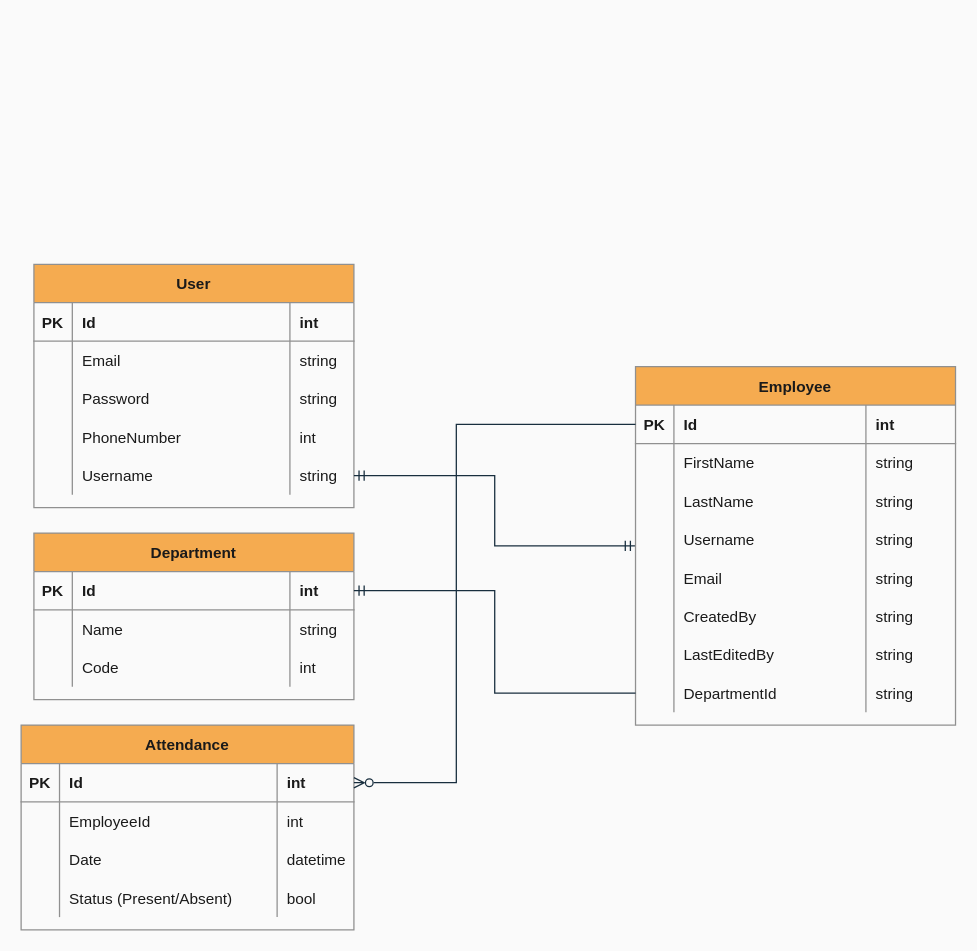
Above: HRIS.drawio.xml in genebit/draw.io-diagrams (draw.io), before the change. Source tidied: cells renumbered, new cells numbered last; positions are measured from the earlier drawing's top-left corner, leaving out a move shared by most shapes. Both pictures are drawn from the tidied source at 128%, with x=0, y=0 at pixel (20, 264).
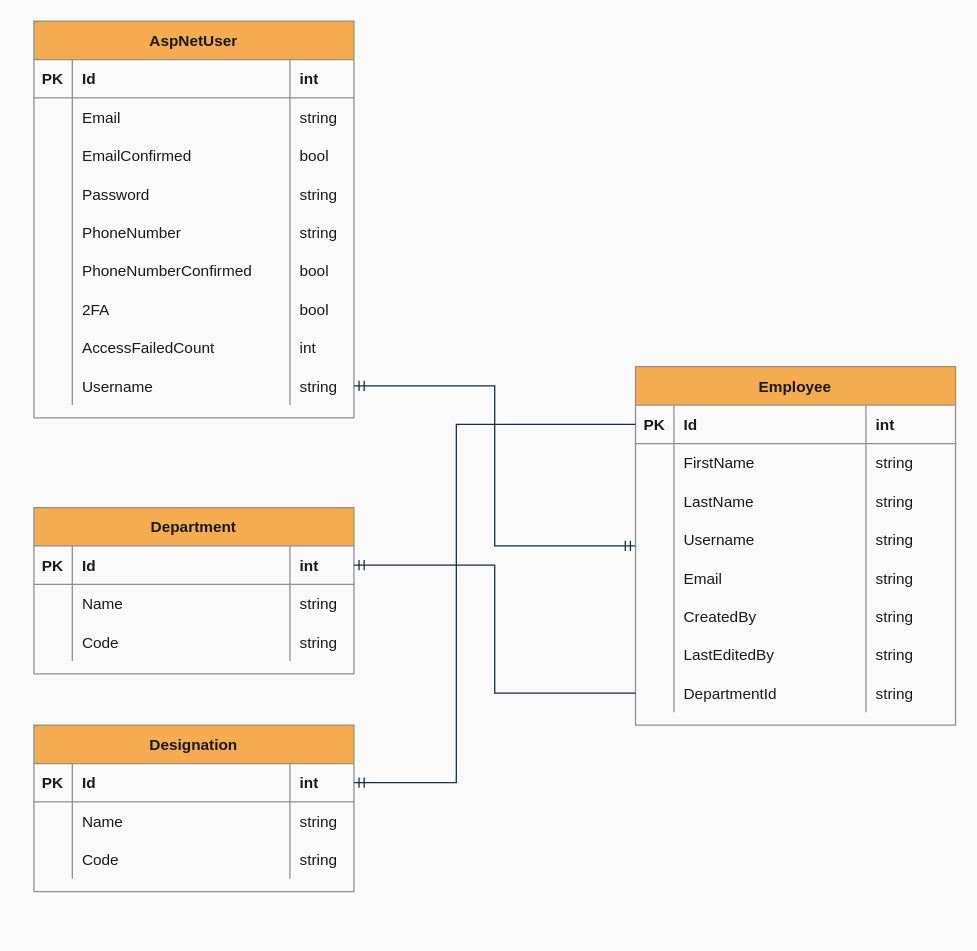
Above is the later version.

The change refers to these unchanged cells:
```xml
<mxCell id="26" style="shape=tableRow;horizontal=0;startSize=0;swimlaneHead=0;swimlaneBody=0;fillColor=none;points=[[0,0.5],[1,0.5]];portConstraint=eastwest;top=0;left=0;right=0;bottom=1;strokeColor=#909090;fontColor=#1A1A1A;rounded=0;" parent="25" vertex="1">
  <mxGeometry y="30" width="250" height="30" as="geometry" />
</mxCell>
<mxCell id="67" style="shape=tableRow;horizontal=0;startSize=0;swimlaneHead=0;swimlaneBody=0;fillColor=none;top=0;left=0;right=0;bottom=0;strokeColor=#909090;fontColor=#1A1A1A;rounded=0;" parent="58" vertex="1">
  <mxGeometry y="90" width="250" height="30" as="geometry" />
</mxCell>
```

Diff of the diagram source:
```diff
@@
-    <mxCell id="2" value="User" style="shape=table;startSize=30;childLayout=tableLayout;rowLines=0;fontStyle=1;align=center;fillColor=#F5AB50;strokeColor=#909090;fontColor=#1A1A1A;rounded=0;" parent="1" vertex="1">
-      <mxGeometry x="10" width="250" height="190" as="geometry" />
+    <mxCell id="2" value="AspNetUser" style="shape=table;startSize=30;childLayout=tableLayout;rowLines=0;fontStyle=1;align=center;fillColor=#F5AB50;strokeColor=#909090;fontColor=#1A1A1A;rounded=0;" parent="1" vertex="1">
+      <mxGeometry x="10" y="-190" width="250" height="310" as="geometry" />
     </mxCell>
@@
+    <mxCell id="90" style="shape=tableRow;horizontal=0;startSize=0;swimlaneHead=0;swimlaneBody=0;fillColor=none;top=0;left=0;right=0;bottom=0;strokeColor=#909090;fontColor=#1A1A1A;rounded=0;" parent="2" vertex="1">
+      <mxGeometry y="90" width="250" height="30" as="geometry" />
+    </mxCell>
+    <mxCell id="91" style="shape=partialRectangle;overflow=hidden;fillColor=none;top=0;left=0;bottom=0;right=0;strokeColor=#909090;fontColor=#1A1A1A;rounded=0;" parent="90" vertex="1">
+      <mxGeometry width="30" height="30" as="geometry" />
+    </mxCell>
+    <mxCell id="92" value="EmailConfirmed" style="shape=partialRectangle;overflow=hidden;fillColor=none;align=left;top=0;left=0;bottom=0;right=0;spacingLeft=6;strokeColor=#909090;fontColor=#1A1A1A;rounded=0;" parent="90" vertex="1">
+      <mxGeometry x="30" width="170" height="30" as="geometry" />
+    </mxCell>
+    <mxCell id="93" value="bool" style="shape=partialRectangle;overflow=hidden;fillColor=none;align=left;top=0;left=0;bottom=0;right=0;spacingLeft=6;strokeColor=#909090;fontColor=#1A1A1A;rounded=0;" parent="90" vertex="1">
+      <mxGeometry x="200" width="50" height="30" as="geometry" />
+    </mxCell>
     <mxCell id="11" style="shape=tableRow;horizontal=0;startSize=0;swimlaneHead=0;swimlaneBody=0;fillColor=none;points=[[0,0.5],[1,0.5]];portConstraint=eastwest;top=0;left=0;right=0;bottom=0;strokeColor=#909090;fontColor=#1A1A1A;rounded=0;" parent="2" vertex="1">
-      <mxGeometry y="90" width="250" height="30" as="geometry" />
+      <mxGeometry y="120" width="250" height="30" as="geometry" />
     </mxCell>
@@
     <mxCell id="15" style="shape=tableRow;horizontal=0;startSize=0;swimlaneHead=0;swimlaneBody=0;fillColor=none;top=0;left=0;right=0;bottom=0;strokeColor=#909090;fontColor=#1A1A1A;rounded=0;" parent="2" vertex="1">
-      <mxGeometry y="120" width="250" height="30" as="geometry" />
+      <mxGeometry y="150" width="250" height="30" as="geometry" />
     </mxCell>
@@
-    <mxCell id="18" value="int" style="shape=partialRectangle;overflow=hidden;fillColor=none;align=left;top=0;left=0;bottom=0;right=0;spacingLeft=6;strokeColor=#909090;fontColor=#1A1A1A;rounded=0;" parent="15" vertex="1">
+    <mxCell id="18" value="string" style="shape=partialRectangle;overflow=hidden;fillColor=none;align=left;top=0;left=0;bottom=0;right=0;spacingLeft=6;strokeColor=#909090;fontColor=#1A1A1A;rounded=0;" parent="15" vertex="1">
       <mxGeometry x="200" width="50" height="30" as="geometry" />
     </mxCell>
+    <mxCell id="94" style="shape=tableRow;horizontal=0;startSize=0;swimlaneHead=0;swimlaneBody=0;fillColor=none;top=0;left=0;right=0;bottom=0;strokeColor=#909090;fontColor=#1A1A1A;rounded=0;" parent="2" vertex="1">
+      <mxGeometry y="180" width="250" height="30" as="geometry" />
+    </mxCell>
+    <mxCell id="95" style="shape=partialRectangle;overflow=hidden;fillColor=none;top=0;left=0;bottom=0;right=0;strokeColor=#909090;fontColor=#1A1A1A;rounded=0;" parent="94" vertex="1">
+      <mxGeometry width="30" height="30" as="geometry" />
+    </mxCell>
+    <mxCell id="96" value="PhoneNumberConfirmed" style="shape=partialRectangle;overflow=hidden;fillColor=none;align=left;top=0;left=0;bottom=0;right=0;spacingLeft=6;strokeColor=#909090;fontColor=#1A1A1A;rounded=0;" parent="94" vertex="1">
+      <mxGeometry x="30" width="170" height="30" as="geometry" />
+    </mxCell>
+    <mxCell id="97" value="bool" style="shape=partialRectangle;overflow=hidden;fillColor=none;align=left;top=0;left=0;bottom=0;right=0;spacingLeft=6;strokeColor=#909090;fontColor=#1A1A1A;rounded=0;" parent="94" vertex="1">
+      <mxGeometry x="200" width="50" height="30" as="geometry" />
+    </mxCell>
+    <mxCell id="98" style="shape=tableRow;horizontal=0;startSize=0;swimlaneHead=0;swimlaneBody=0;fillColor=none;top=0;left=0;right=0;bottom=0;strokeColor=#909090;fontColor=#1A1A1A;rounded=0;" parent="2" vertex="1">
+      <mxGeometry y="210" width="250" height="30" as="geometry" />
+    </mxCell>
+    <mxCell id="99" style="shape=partialRectangle;overflow=hidden;fillColor=none;top=0;left=0;bottom=0;right=0;strokeColor=#909090;fontColor=#1A1A1A;rounded=0;" parent="98" vertex="1">
+      <mxGeometry width="30" height="30" as="geometry" />
+    </mxCell>
+    <mxCell id="100" value="2FA" style="shape=partialRectangle;overflow=hidden;fillColor=none;align=left;top=0;left=0;bottom=0;right=0;spacingLeft=6;strokeColor=#909090;fontColor=#1A1A1A;rounded=0;" parent="98" vertex="1">
+      <mxGeometry x="30" width="170" height="30" as="geometry" />
+    </mxCell>
+    <mxCell id="101" value="bool" style="shape=partialRectangle;overflow=hidden;fillColor=none;align=left;top=0;left=0;bottom=0;right=0;spacingLeft=6;strokeColor=#909090;fontColor=#1A1A1A;rounded=0;" parent="98" vertex="1">
+      <mxGeometry x="200" width="50" height="30" as="geometry" />
+    </mxCell>
+    <mxCell id="102" style="shape=tableRow;horizontal=0;startSize=0;swimlaneHead=0;swimlaneBody=0;fillColor=none;top=0;left=0;right=0;bottom=0;strokeColor=#909090;fontColor=#1A1A1A;rounded=0;" parent="2" vertex="1">
+      <mxGeometry y="240" width="250" height="30" as="geometry" />
+    </mxCell>
+    <mxCell id="103" style="shape=partialRectangle;overflow=hidden;fillColor=none;top=0;left=0;bottom=0;right=0;strokeColor=#909090;fontColor=#1A1A1A;rounded=0;" parent="102" vertex="1">
+      <mxGeometry width="30" height="30" as="geometry" />
+    </mxCell>
+    <mxCell id="104" value="AccessFailedCount" style="shape=partialRectangle;overflow=hidden;fillColor=none;align=left;top=0;left=0;bottom=0;right=0;spacingLeft=6;strokeColor=#909090;fontColor=#1A1A1A;rounded=0;" parent="102" vertex="1">
+      <mxGeometry x="30" width="170" height="30" as="geometry" />
+    </mxCell>
+    <mxCell id="105" value="int" style="shape=partialRectangle;overflow=hidden;fillColor=none;align=left;top=0;left=0;bottom=0;right=0;spacingLeft=6;strokeColor=#909090;fontColor=#1A1A1A;rounded=0;" parent="102" vertex="1">
+      <mxGeometry x="200" width="50" height="30" as="geometry" />
+    </mxCell>
     <mxCell id="19" style="shape=tableRow;horizontal=0;startSize=0;swimlaneHead=0;swimlaneBody=0;fillColor=none;points=[[0,0.5],[1,0.5]];portConstraint=eastwest;top=0;left=0;right=0;bottom=0;strokeColor=#909090;fontColor=#1A1A1A;rounded=0;" parent="2" vertex="1">
-      <mxGeometry y="150" width="250" height="30" as="geometry" />
+      <mxGeometry y="270" width="250" height="30" as="geometry" />
     </mxCell>
@@
     <mxCell id="58" value="Department" style="shape=table;startSize=30;childLayout=tableLayout;rowLines=0;fontStyle=1;align=center;fillColor=#F5AB50;strokeColor=#909090;fontColor=#1A1A1A;rounded=0;" parent="1" vertex="1">
-      <mxGeometry x="10" y="210" width="250" height="130" as="geometry" />
+      <mxGeometry x="10" y="190" width="250" height="130" as="geometry" />
     </mxCell>
@@
-    <mxCell id="70" value="int" style="shape=partialRectangle;overflow=hidden;fillColor=none;align=left;top=0;left=0;bottom=0;right=0;spacingLeft=6;strokeColor=#909090;fontColor=#1A1A1A;rounded=0;" parent="67" vertex="1">
+    <mxCell id="70" value="string" style="shape=partialRectangle;overflow=hidden;fillColor=none;align=left;top=0;left=0;bottom=0;right=0;spacingLeft=6;strokeColor=#909090;fontColor=#1A1A1A;rounded=0;" parent="67" vertex="1">
       <mxGeometry x="200" width="50" height="30" as="geometry" />
     </mxCell>
-    <mxCell id="71" value="Attendance" style="shape=table;startSize=30;childLayout=tableLayout;rowLines=0;fontStyle=1;align=center;fillColor=#F5AB50;strokeColor=#909090;fontColor=#1A1A1A;rounded=0;" parent="1" vertex="1">
-      <mxGeometry y="360" width="260" height="160" as="geometry" />
+    <mxCell id="71" value="Designation" style="shape=table;startSize=30;childLayout=tableLayout;rowLines=0;fontStyle=1;align=center;fillColor=#F5AB50;strokeColor=#909090;fontColor=#1A1A1A;rounded=0;" parent="1" vertex="1">
+      <mxGeometry x="10" y="360" width="250" height="130" as="geometry" />
     </mxCell>
     <mxCell id="72" style="shape=tableRow;horizontal=0;startSize=0;swimlaneHead=0;swimlaneBody=0;fillColor=none;points=[[0,0.5],[1,0.5]];portConstraint=eastwest;top=0;left=0;right=0;bottom=1;strokeColor=#909090;fontColor=#1A1A1A;rounded=0;" parent="71" vertex="1">
-      <mxGeometry y="30" width="260" height="30" as="geometry" />
+      <mxGeometry y="30" width="250" height="30" as="geometry" />
     </mxCell>
@@
     <mxCell id="75" value="int" style="shape=partialRectangle;overflow=hidden;fillColor=none;align=left;top=0;left=0;bottom=0;right=0;spacingLeft=6;fontStyle=1;strokeColor=#909090;fontColor=#1A1A1A;rounded=0;" parent="72" vertex="1">
-      <mxGeometry x="200" width="60" height="30" as="geometry" />
+      <mxGeometry x="200" width="50" height="30" as="geometry" />
     </mxCell>
     <mxCell id="76" style="shape=tableRow;horizontal=0;startSize=0;swimlaneHead=0;swimlaneBody=0;fillColor=none;top=0;left=0;right=0;bottom=0;strokeColor=#909090;fontColor=#1A1A1A;rounded=0;" parent="71" vertex="1">
-      <mxGeometry y="60" width="260" height="30" as="geometry" />
+      <mxGeometry y="60" width="250" height="30" as="geometry" />
     </mxCell>
@@
-    <mxCell id="78" value="EmployeeId" style="shape=partialRectangle;overflow=hidden;fillColor=none;align=left;top=0;left=0;bottom=0;right=0;spacingLeft=6;strokeColor=#909090;fontColor=#1A1A1A;rounded=0;" parent="76" vertex="1">
+    <mxCell id="78" value="Name" style="shape=partialRectangle;overflow=hidden;fillColor=none;align=left;top=0;left=0;bottom=0;right=0;spacingLeft=6;strokeColor=#909090;fontColor=#1A1A1A;rounded=0;" parent="76" vertex="1">
       <mxGeometry x="30" width="170" height="30" as="geometry" />
     </mxCell>
-    <mxCell id="79" value="int" style="shape=partialRectangle;overflow=hidden;fillColor=none;align=left;top=0;left=0;bottom=0;right=0;spacingLeft=6;strokeColor=#909090;fontColor=#1A1A1A;rounded=0;" parent="76" vertex="1">
-      <mxGeometry x="200" width="60" height="30" as="geometry" />
+    <mxCell id="79" value="string" style="shape=partialRectangle;overflow=hidden;fillColor=none;align=left;top=0;left=0;bottom=0;right=0;spacingLeft=6;strokeColor=#909090;fontColor=#1A1A1A;rounded=0;" parent="76" vertex="1">
+      <mxGeometry x="200" width="50" height="30" as="geometry" />
     </mxCell>
     <mxCell id="80" style="shape=tableRow;horizontal=0;startSize=0;swimlaneHead=0;swimlaneBody=0;fillColor=none;top=0;left=0;right=0;bottom=0;strokeColor=#909090;fontColor=#1A1A1A;rounded=0;" parent="71" vertex="1">
-      <mxGeometry y="90" width="260" height="30" as="geometry" />
+      <mxGeometry y="90" width="250" height="30" as="geometry" />
     </mxCell>
@@
-    <mxCell id="82" value="Date" style="shape=partialRectangle;overflow=hidden;fillColor=none;align=left;top=0;left=0;bottom=0;right=0;spacingLeft=6;strokeColor=#909090;fontColor=#1A1A1A;rounded=0;" parent="80" vertex="1">
+    <mxCell id="82" value="Code" style="shape=partialRectangle;overflow=hidden;fillColor=none;align=left;top=0;left=0;bottom=0;right=0;spacingLeft=6;strokeColor=#909090;fontColor=#1A1A1A;rounded=0;" parent="80" vertex="1">
       <mxGeometry x="30" width="170" height="30" as="geometry" />
     </mxCell>
-    <mxCell id="83" value="datetime" style="shape=partialRectangle;overflow=hidden;fillColor=none;align=left;top=0;left=0;bottom=0;right=0;spacingLeft=6;strokeColor=#909090;fontColor=#1A1A1A;rounded=0;" parent="80" vertex="1">
-      <mxGeometry x="200" width="60" height="30" as="geometry" />
+    <mxCell id="83" value="string" style="shape=partialRectangle;overflow=hidden;fillColor=none;align=left;top=0;left=0;bottom=0;right=0;spacingLeft=6;strokeColor=#909090;fontColor=#1A1A1A;rounded=0;" parent="80" vertex="1">
+      <mxGeometry x="200" width="50" height="30" as="geometry" />
     </mxCell>
-    <mxCell id="84" style="shape=tableRow;horizontal=0;startSize=0;swimlaneHead=0;swimlaneBody=0;fillColor=none;top=0;left=0;right=0;bottom=0;strokeColor=#909090;fontColor=#1A1A1A;rounded=0;" parent="71" vertex="1">
-      <mxGeometry y="120" width="260" height="30" as="geometry" />
-    </mxCell>
-    <mxCell id="85" style="shape=partialRectangle;overflow=hidden;fillColor=none;top=0;left=0;bottom=0;right=0;strokeColor=#909090;fontColor=#1A1A1A;rounded=0;" parent="84" vertex="1">
-      <mxGeometry width="30" height="30" as="geometry" />
-    </mxCell>
-    <mxCell id="86" value="Status (Present/Absent)" style="shape=partialRectangle;overflow=hidden;fillColor=none;align=left;top=0;left=0;bottom=0;right=0;spacingLeft=6;strokeColor=#909090;fontColor=#1A1A1A;rounded=0;" parent="84" vertex="1">
-      <mxGeometry x="30" width="170" height="30" as="geometry" />
-    </mxCell>
-    <mxCell id="87" value="bool" style="shape=partialRectangle;overflow=hidden;fillColor=none;align=left;top=0;left=0;bottom=0;right=0;spacingLeft=6;strokeColor=#909090;fontColor=#1A1A1A;rounded=0;" parent="84" vertex="1">
-      <mxGeometry x="200" width="60" height="30" as="geometry" />
-    </mxCell>
@@
-    <mxCell id="89" style="edgeStyle=orthogonalEdgeStyle;jettySize=auto;html=1;entryX=0;entryY=0.5;entryDx=0;entryDy=0;endArrow=none;endFill=0;startArrow=ERzeroToMany;startFill=0;labelBackgroundColor=#EEEEEE;strokeColor=#182E3E;fontColor=#1A1A1A;rounded=0;" parent="1" edge="1" source="72" target="26">
+    <mxCell id="89" style="edgeStyle=orthogonalEdgeStyle;jettySize=auto;html=1;entryX=0;entryY=0.5;entryDx=0;entryDy=0;endArrow=none;endFill=0;startArrow=ERmandOne;startFill=0;labelBackgroundColor=#EEEEEE;strokeColor=#182E3E;fontColor=#1A1A1A;rounded=0;" parent="1" edge="1" source="72" target="26">
       <mxGeometry relative="1" as="geometry">
         <Array as="points">
           <mxPoint x="340" y="405" />
           <mxPoint x="340" y="125" />
         </Array>
       </mxGeometry>
     </mxCell>
```
